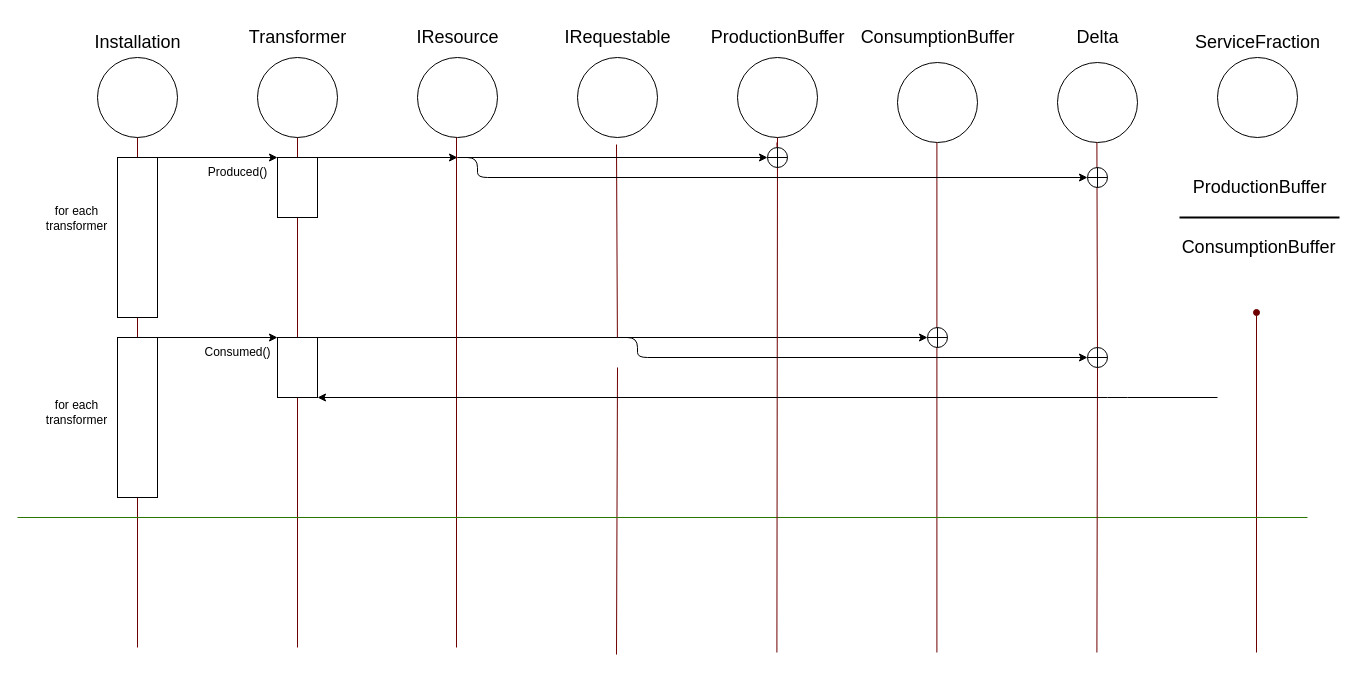
The draw.io diagram ecoSequence.drawio in CallumWalley/tradeTest, before the edit. Source tidied: cells renumbered, new cells numbered last; positions are measured from the earlier drawing's top-left corner, leaving out a move shared by most shapes. Both pictures are drawn from the tidied source at 100%, with x=0, y=0 at pixel (17, 17).
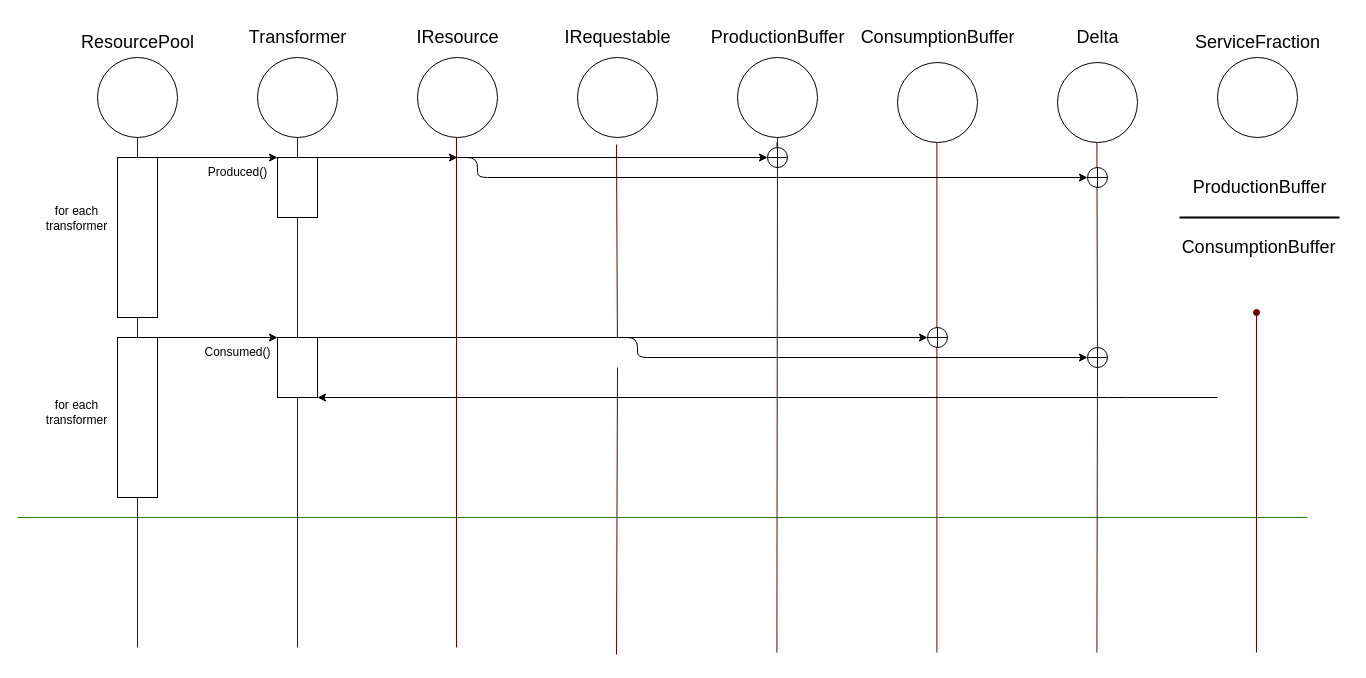
Above is the later version.

What changed in the source:
```diff
@@
-    <mxCell id="6" value="&lt;font style=&quot;font-size: 18px;&quot;&gt;Installation&lt;/font&gt;" style="text;html=1;align=center;verticalAlign=middle;strokeColor=none;fillColor=none;" parent="1" vertex="1">
+    <mxCell id="6" value="&lt;font style=&quot;font-size: 18px;&quot;&gt;ResourcePool&lt;/font&gt;" style="text;html=1;align=center;verticalAlign=middle;strokeColor=none;fillColor=none;" parent="1" vertex="1">
       <mxGeometry x="65" y="5" width="110" height="40" as="geometry" />
     </mxCell>
```
